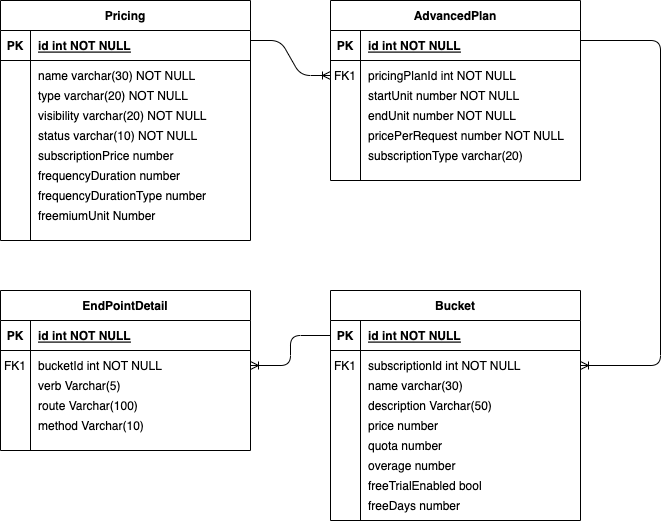
Above: Untitled Diagram.drawio.png in byaton/js-practice (draw.io), before the change. Source tidied: cells renumbered, new cells last; positions are measured from the earlier drawing's top-left corner, leaving out a move shared by most shapes.
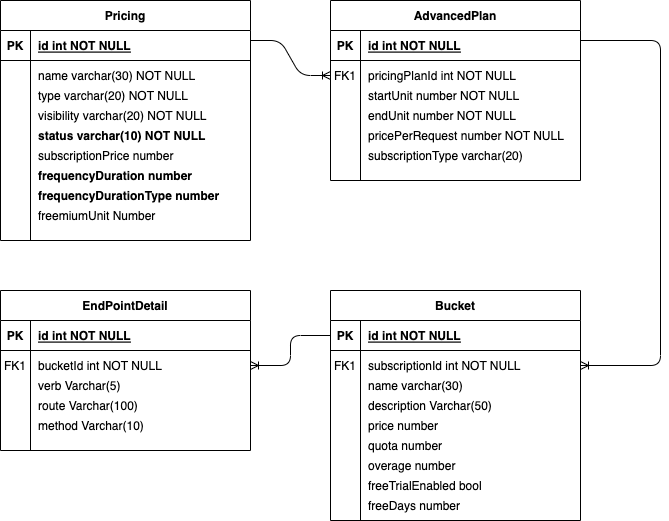
The same file after the commit.

Change to the diagram source:
```diff
@@ -59,16 +59,16 @@
     <mxCell id="20" value="visibility varchar(20) NOT NULL" style="shape=partialRectangle;overflow=hidden;fillColor=none;top=0;left=0;bottom=0;right=0;align=left;spacingLeft=6;" parent="1" vertex="1">
       <mxGeometry x="30" y="100" width="220" height="30" as="geometry" />
     </mxCell>
-    <mxCell id="21" value="status varchar(10) NOT NULL" style="shape=partialRectangle;overflow=hidden;fillColor=none;top=0;left=0;bottom=0;right=0;align=left;spacingLeft=6;" parent="1" vertex="1">
+    <mxCell id="21" value="status varchar(10) NOT NULL" style="shape=partialRectangle;overflow=hidden;fillColor=none;top=0;left=0;bottom=0;right=0;align=left;spacingLeft=6;fontStyle=1;" parent="1" vertex="1">
       <mxGeometry x="30" y="120" width="220" height="30" as="geometry" />
     </mxCell>
     <mxCell id="22" value="subscriptionPrice number" style="shape=partialRectangle;overflow=hidden;fillColor=none;top=0;left=0;bottom=0;right=0;align=left;spacingLeft=6;" parent="1" vertex="1">
       <mxGeometry x="30" y="140" width="220" height="30" as="geometry" />
     </mxCell>
-    <mxCell id="23" value="frequencyDuration number" style="shape=partialRectangle;overflow=hidden;fillColor=none;top=0;left=0;bottom=0;right=0;align=left;spacingLeft=6;" parent="1" vertex="1">
+    <mxCell id="23" value="frequencyDuration number" style="shape=partialRectangle;overflow=hidden;fillColor=none;top=0;left=0;bottom=0;right=0;align=left;spacingLeft=6;fontStyle=1;" parent="1" vertex="1">
       <mxGeometry x="30" y="160" width="220" height="30" as="geometry" />
     </mxCell>
-    <mxCell id="24" value="frequencyDurationType number" style="shape=partialRectangle;overflow=hidden;fillColor=none;top=0;left=0;bottom=0;right=0;align=left;spacingLeft=6;" parent="1" vertex="1">
+    <mxCell id="24" value="frequencyDurationType number" style="shape=partialRectangle;overflow=hidden;fillColor=none;top=0;left=0;bottom=0;right=0;align=left;spacingLeft=6;fontStyle=1;" parent="1" vertex="1">
       <mxGeometry x="30" y="180" width="220" height="30" as="geometry" />
     </mxCell>
     <mxCell id="25" value="freemiumUnit Number" style="shape=partialRectangle;overflow=hidden;fillColor=none;top=0;left=0;bottom=0;right=0;align=left;spacingLeft=6;" parent="1" vertex="1">
```
